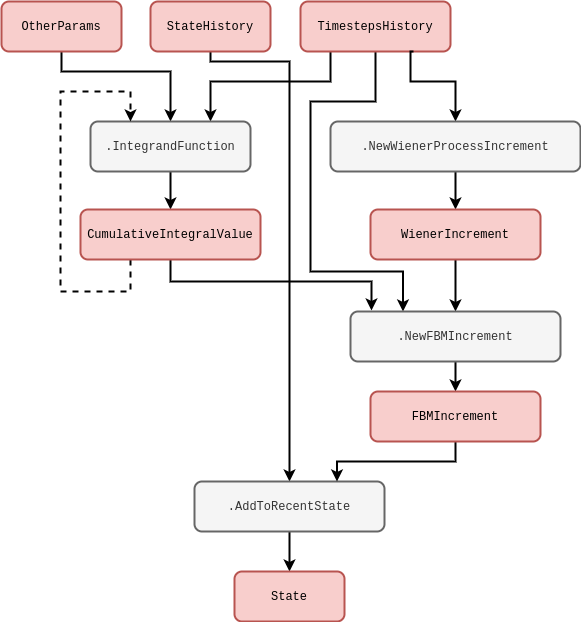
umbralcalc/umbralcalc.github.io keeps this draw.io diagram as assets/stochadexI/stochadexI-fractional-brownian-motion.drawio.png. Above is the earlier version. Source tidied: cells renumbered, new cells last; positions are measured from the earlier drawing's top-left corner, leaving out a move shared by most shapes. Source of this version:
```xml
<mxGraphModel math="1">
  <root>
    <mxCell id="0" />
    <mxCell id="1" parent="0" />
    <mxCell id="2" style="edgeStyle=orthogonalEdgeStyle;rounded=0;jettySize=auto;html=1;strokeWidth=2;" parent="1" edge="1" source="3" target="22">
      <mxGeometry relative="1" as="geometry">
        <Array as="points">
          <mxPoint x="209" y="60" />
          <mxPoint x="288" y="60" />
        </Array>
      </mxGeometry>
    </mxCell>
    <mxCell id="3" value="&lt;font face=&quot;Courier New&quot;&gt;StateHistory&lt;/font&gt;" style="rounded=1;whiteSpace=wrap;html=1;strokeWidth=2;fillColor=#f8cecc;strokeColor=#b85450;" parent="1" vertex="1">
      <mxGeometry x="149" width="120" height="50" as="geometry" />
    </mxCell>
    <mxCell id="4" style="edgeStyle=orthogonalEdgeStyle;rounded=0;jettySize=auto;html=1;entryX=0.75;entryY=0;entryDx=0;entryDy=0;strokeWidth=2;" parent="1" edge="1" source="6" target="10">
      <mxGeometry relative="1" as="geometry">
        <Array as="points">
          <mxPoint x="329" y="80" />
          <mxPoint x="209" y="80" />
        </Array>
      </mxGeometry>
    </mxCell>
    <mxCell id="5" style="edgeStyle=orthogonalEdgeStyle;rounded=0;jettySize=auto;html=1;entryX=0.25;entryY=0;entryDx=0;entryDy=0;strokeWidth=2;exitX=0.5;exitY=1;exitDx=0;exitDy=0;" parent="1" edge="1" source="6" target="20">
      <mxGeometry relative="1" as="geometry">
        <Array as="points">
          <mxPoint x="374" y="100" />
          <mxPoint x="309" y="100" />
          <mxPoint x="309" y="270" />
          <mxPoint x="402" y="270" />
        </Array>
      </mxGeometry>
    </mxCell>
    <mxCell id="6" value="&lt;font face=&quot;Courier New&quot;&gt;TimestepsHistory&lt;/font&gt;" style="rounded=1;whiteSpace=wrap;html=1;strokeWidth=2;fillColor=#f8cecc;strokeColor=#b85450;" parent="1" vertex="1">
      <mxGeometry x="299" width="150" height="50" as="geometry" />
    </mxCell>
    <mxCell id="7" style="edgeStyle=orthogonalEdgeStyle;rounded=0;jettySize=auto;html=1;entryX=0.5;entryY=0;entryDx=0;entryDy=0;strokeWidth=2;" parent="1" edge="1" source="8" target="10">
      <mxGeometry relative="1" as="geometry">
        <Array as="points">
          <mxPoint x="60" y="70" />
          <mxPoint x="169" y="70" />
        </Array>
      </mxGeometry>
    </mxCell>
    <mxCell id="8" value="&lt;font face=&quot;Courier New&quot;&gt;OtherParams&lt;/font&gt;" style="rounded=1;whiteSpace=wrap;html=1;strokeWidth=2;fillColor=#f8cecc;strokeColor=#b85450;" parent="1" vertex="1">
      <mxGeometry width="120" height="50" as="geometry" />
    </mxCell>
    <mxCell id="9" style="edgeStyle=orthogonalEdgeStyle;rounded=0;jettySize=auto;html=1;strokeWidth=2;" parent="1" edge="1" source="10" target="18">
      <mxGeometry relative="1" as="geometry" />
    </mxCell>
    <mxCell id="10" value="&lt;font face=&quot;Courier New&quot;&gt;.IntegrandFunction&lt;/font&gt;" style="rounded=1;whiteSpace=wrap;html=1;strokeWidth=2;fillColor=#f5f5f5;fontColor=#333333;strokeColor=#666666;" parent="1" vertex="1">
      <mxGeometry x="89" y="120" width="160" height="50" as="geometry" />
    </mxCell>
    <mxCell id="11" style="edgeStyle=orthogonalEdgeStyle;rounded=0;jettySize=auto;html=1;strokeWidth=2;entryX=0.5;entryY=0;entryDx=0;entryDy=0;exitX=0.75;exitY=1;exitDx=0;exitDy=0;" parent="1" edge="1" target="13">
      <mxGeometry relative="1" as="geometry">
        <mxPoint x="412" y="50" as="sourcePoint" />
        <Array as="points">
          <mxPoint x="409" y="50" />
          <mxPoint x="409" y="80" />
          <mxPoint x="454" y="80" />
        </Array>
      </mxGeometry>
    </mxCell>
    <mxCell id="12" style="edgeStyle=orthogonalEdgeStyle;rounded=0;jettySize=auto;html=1;strokeWidth=2;" parent="1" edge="1" source="13" target="15">
      <mxGeometry relative="1" as="geometry" />
    </mxCell>
    <mxCell id="13" value="&lt;font face=&quot;Courier New&quot;&gt;.NewWienerProcessIncrement&lt;/font&gt;" style="rounded=1;whiteSpace=wrap;html=1;strokeWidth=2;fillColor=#f5f5f5;fontColor=#333333;strokeColor=#666666;" parent="1" vertex="1">
      <mxGeometry x="329" y="120" width="250" height="50" as="geometry" />
    </mxCell>
    <mxCell id="14" style="edgeStyle=orthogonalEdgeStyle;rounded=0;jettySize=auto;html=1;entryX=0.5;entryY=0;entryDx=0;entryDy=0;strokeWidth=2;" parent="1" edge="1" source="15" target="20">
      <mxGeometry relative="1" as="geometry" />
    </mxCell>
    <mxCell id="15" value="&lt;font face=&quot;Courier New&quot;&gt;WienerIncrement&lt;/font&gt;" style="rounded=1;whiteSpace=wrap;html=1;strokeWidth=2;fillColor=#f8cecc;strokeColor=#b85450;" parent="1" vertex="1">
      <mxGeometry x="369" y="208" width="170" height="50" as="geometry" />
    </mxCell>
    <mxCell id="16" style="edgeStyle=orthogonalEdgeStyle;rounded=0;jettySize=auto;html=1;entryX=0.25;entryY=0;entryDx=0;entryDy=0;dashed=1;strokeWidth=2;" parent="1" edge="1" source="18" target="10">
      <mxGeometry relative="1" as="geometry">
        <Array as="points">
          <mxPoint x="129" y="290" />
          <mxPoint x="59" y="290" />
          <mxPoint x="59" y="90" />
          <mxPoint x="129" y="90" />
        </Array>
      </mxGeometry>
    </mxCell>
    <mxCell id="17" style="edgeStyle=orthogonalEdgeStyle;rounded=0;jettySize=auto;html=1;entryX=0.1;entryY=-0.02;entryDx=0;entryDy=0;strokeWidth=2;entryPerimeter=0;" parent="1" edge="1" source="18" target="20">
      <mxGeometry relative="1" as="geometry">
        <Array as="points">
          <mxPoint x="169" y="280" />
          <mxPoint x="370" y="280" />
        </Array>
      </mxGeometry>
    </mxCell>
    <mxCell id="18" value="&lt;font face=&quot;Courier New&quot;&gt;CumulativeIntegralValue&lt;/font&gt;" style="rounded=1;whiteSpace=wrap;html=1;strokeWidth=2;fillColor=#f8cecc;strokeColor=#b85450;" parent="1" vertex="1">
      <mxGeometry x="79" y="208" width="180" height="50" as="geometry" />
    </mxCell>
    <mxCell id="19" style="edgeStyle=orthogonalEdgeStyle;rounded=0;jettySize=auto;html=1;strokeWidth=2;" parent="1" edge="1" source="20" target="24">
      <mxGeometry relative="1" as="geometry" />
    </mxCell>
    <mxCell id="20" value="&lt;font face=&quot;Courier New&quot;&gt;.NewFBMIncrement&lt;/font&gt;" style="rounded=1;whiteSpace=wrap;html=1;strokeWidth=2;fillColor=#f5f5f5;fontColor=#333333;strokeColor=#666666;" parent="1" vertex="1">
      <mxGeometry x="349" y="310" width="210" height="50" as="geometry" />
    </mxCell>
    <mxCell id="21" style="edgeStyle=orthogonalEdgeStyle;rounded=0;jettySize=auto;html=1;strokeWidth=2;" parent="1" edge="1" source="22" target="25">
      <mxGeometry relative="1" as="geometry" />
    </mxCell>
    <mxCell id="22" value="&lt;font face=&quot;Courier New&quot;&gt;.AddToRecentState&lt;/font&gt;" style="rounded=1;whiteSpace=wrap;html=1;strokeWidth=2;fillColor=#f5f5f5;fontColor=#333333;strokeColor=#666666;" parent="1" vertex="1">
      <mxGeometry x="193" y="480" width="190" height="50" as="geometry" />
    </mxCell>
    <mxCell id="23" style="edgeStyle=orthogonalEdgeStyle;rounded=0;jettySize=auto;html=1;entryX=0.75;entryY=0;entryDx=0;entryDy=0;strokeWidth=2;" parent="1" edge="1" source="24" target="22">
      <mxGeometry relative="1" as="geometry">
        <Array as="points">
          <mxPoint x="454" y="460" />
          <mxPoint x="336" y="460" />
        </Array>
      </mxGeometry>
    </mxCell>
    <mxCell id="24" value="&lt;font face=&quot;Courier New&quot;&gt;FBMIncrement&lt;/font&gt;" style="rounded=1;whiteSpace=wrap;html=1;strokeWidth=2;fillColor=#f8cecc;strokeColor=#b85450;" parent="1" vertex="1">
      <mxGeometry x="369" y="390" width="170" height="50" as="geometry" />
    </mxCell>
    <mxCell id="25" value="&lt;font face=&quot;Courier New&quot;&gt;State&lt;/font&gt;" style="rounded=1;whiteSpace=wrap;html=1;strokeWidth=2;fillColor=#f8cecc;strokeColor=#b85450;" parent="1" vertex="1">
      <mxGeometry x="233" y="570" width="110" height="50" as="geometry" />
    </mxCell>
  </root>
</mxGraphModel>
```
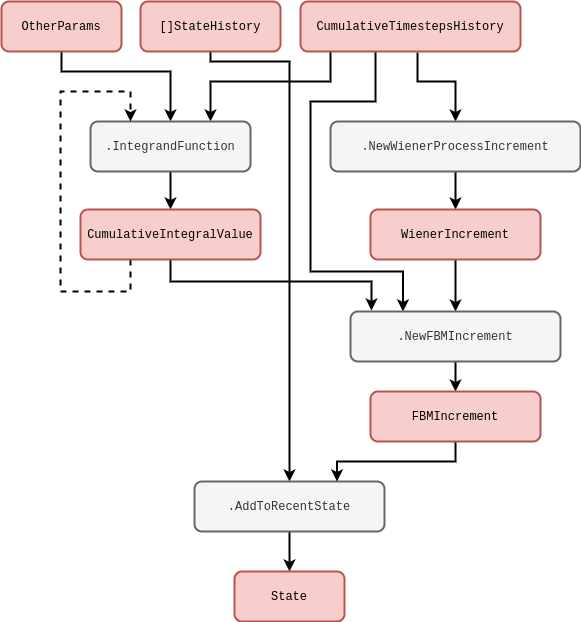
The same diagram one commit later.

Diff of the diagram source:
```diff
@@ -2,27 +2,27 @@
   <root>
     <mxCell id="0" />
     <mxCell id="1" parent="0" />
-    <mxCell id="2" style="edgeStyle=orthogonalEdgeStyle;rounded=0;jettySize=auto;html=1;strokeWidth=2;" parent="1" edge="1" source="3" target="22">
+    <mxCell id="2" style="edgeStyle=orthogonalEdgeStyle;rounded=0;jettySize=auto;html=1;strokeWidth=2;" parent="1" edge="1" target="22">
       <mxGeometry relative="1" as="geometry">
+        <mxPoint x="209" y="50" as="sourcePoint" />
         <Array as="points">
           <mxPoint x="209" y="60" />
           <mxPoint x="288" y="60" />
         </Array>
       </mxGeometry>
     </mxCell>
-    <mxCell id="3" value="&lt;font face=&quot;Courier New&quot;&gt;StateHistory&lt;/font&gt;" style="rounded=1;whiteSpace=wrap;html=1;strokeWidth=2;fillColor=#f8cecc;strokeColor=#b85450;" parent="1" vertex="1">
-      <mxGeometry x="149" width="120" height="50" as="geometry" />
-    </mxCell>
-    <mxCell id="4" style="edgeStyle=orthogonalEdgeStyle;rounded=0;jettySize=auto;html=1;entryX=0.75;entryY=0;entryDx=0;entryDy=0;strokeWidth=2;" parent="1" edge="1" source="6" target="10">
+    <mxCell id="4" style="edgeStyle=orthogonalEdgeStyle;rounded=0;jettySize=auto;html=1;entryX=0.75;entryY=0;entryDx=0;entryDy=0;strokeWidth=2;" parent="1" edge="1" target="10">
       <mxGeometry relative="1" as="geometry">
+        <mxPoint x="329" y="50" as="sourcePoint" />
         <Array as="points">
           <mxPoint x="329" y="80" />
           <mxPoint x="209" y="80" />
         </Array>
       </mxGeometry>
     </mxCell>
-    <mxCell id="5" style="edgeStyle=orthogonalEdgeStyle;rounded=0;jettySize=auto;html=1;entryX=0.25;entryY=0;entryDx=0;entryDy=0;strokeWidth=2;exitX=0.5;exitY=1;exitDx=0;exitDy=0;" parent="1" edge="1" source="6" target="20">
+    <mxCell id="5" style="edgeStyle=orthogonalEdgeStyle;rounded=0;jettySize=auto;html=1;entryX=0.25;entryY=0;entryDx=0;entryDy=0;strokeWidth=2;exitX=0.5;exitY=1;exitDx=0;exitDy=0;" parent="1" edge="1" target="20">
       <mxGeometry relative="1" as="geometry">
+        <mxPoint x="374" y="50" as="sourcePoint" />
         <Array as="points">
           <mxPoint x="374" y="100" />
           <mxPoint x="309" y="100" />
@@ -31,9 +31,6 @@
         </Array>
       </mxGeometry>
     </mxCell>
-    <mxCell id="6" value="&lt;font face=&quot;Courier New&quot;&gt;TimestepsHistory&lt;/font&gt;" style="rounded=1;whiteSpace=wrap;html=1;strokeWidth=2;fillColor=#f8cecc;strokeColor=#b85450;" parent="1" vertex="1">
-      <mxGeometry x="299" width="150" height="50" as="geometry" />
-    </mxCell>
     <mxCell id="7" style="edgeStyle=orthogonalEdgeStyle;rounded=0;jettySize=auto;html=1;entryX=0.5;entryY=0;entryDx=0;entryDy=0;strokeWidth=2;" parent="1" edge="1" source="8" target="10">
       <mxGeometry relative="1" as="geometry">
         <Array as="points">
@@ -51,12 +48,10 @@
     <mxCell id="10" value="&lt;font face=&quot;Courier New&quot;&gt;.IntegrandFunction&lt;/font&gt;" style="rounded=1;whiteSpace=wrap;html=1;strokeWidth=2;fillColor=#f5f5f5;fontColor=#333333;strokeColor=#666666;" parent="1" vertex="1">
       <mxGeometry x="89" y="120" width="160" height="50" as="geometry" />
     </mxCell>
-    <mxCell id="11" style="edgeStyle=orthogonalEdgeStyle;rounded=0;jettySize=auto;html=1;strokeWidth=2;entryX=0.5;entryY=0;entryDx=0;entryDy=0;exitX=0.75;exitY=1;exitDx=0;exitDy=0;" parent="1" edge="1" target="13">
+    <mxCell id="11" style="edgeStyle=orthogonalEdgeStyle;rounded=0;jettySize=auto;html=1;strokeWidth=2;entryX=0.5;entryY=0;entryDx=0;entryDy=0;exitX=0.532;exitY=1.02;exitDx=0;exitDy=0;exitPerimeter=0;" parent="1" edge="1" source="26" target="13">
       <mxGeometry relative="1" as="geometry">
-        <mxPoint x="412" y="50" as="sourcePoint" />
         <Array as="points">
-          <mxPoint x="409" y="50" />
-          <mxPoint x="409" y="80" />
+          <mxPoint x="416" y="80" />
           <mxPoint x="454" y="80" />
         </Array>
       </mxGeometry>
@@ -120,5 +115,11 @@
     <mxCell id="25" value="&lt;font face=&quot;Courier New&quot;&gt;State&lt;/font&gt;" style="rounded=1;whiteSpace=wrap;html=1;strokeWidth=2;fillColor=#f8cecc;strokeColor=#b85450;" parent="1" vertex="1">
       <mxGeometry x="233" y="570" width="110" height="50" as="geometry" />
     </mxCell>
+    <mxCell id="26" value="&lt;font face=&quot;Courier New&quot;&gt;CumulativeTimestepsHistory&lt;/font&gt;" style="rounded=1;whiteSpace=wrap;html=1;strokeWidth=2;fillColor=#f8cecc;strokeColor=#b85450;" parent="1" vertex="1">
+      <mxGeometry x="299" width="220" height="50" as="geometry" />
+    </mxCell>
+    <mxCell id="27" value="&lt;font face=&quot;Courier New&quot;&gt;[]StateHistory&lt;/font&gt;" style="rounded=1;whiteSpace=wrap;html=1;strokeWidth=2;fillColor=#f8cecc;strokeColor=#b85450;" parent="1" vertex="1">
+      <mxGeometry x="139" width="140" height="50" as="geometry" />
+    </mxCell>
   </root>
 </mxGraphModel>
```
